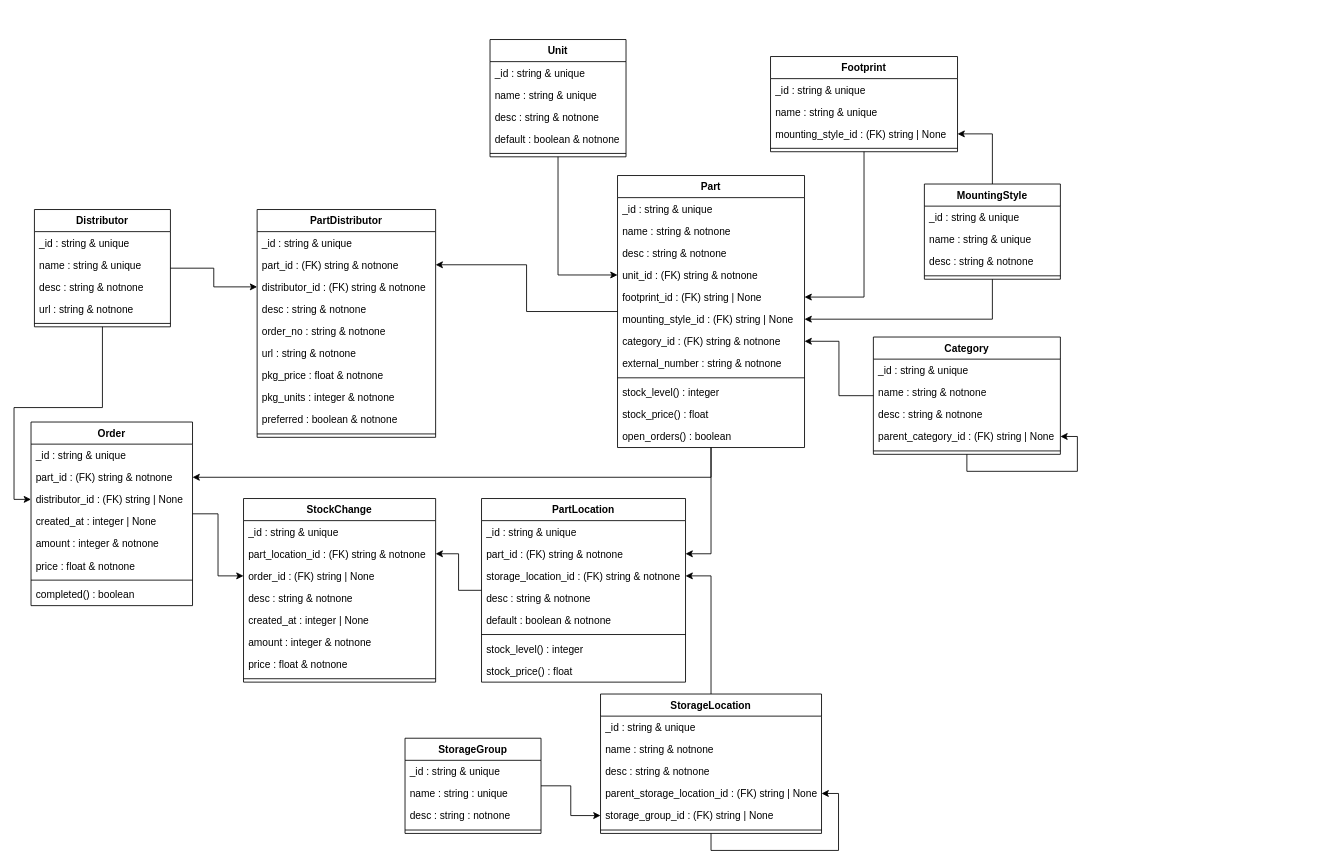
This is docs/elements-classes.drawio from nils-ost/Inventory4Parts, a draw.io file, before an edit. Source tidied: cells renumbered, new cells numbered last; positions are measured from the earlier drawing's top-left corner, leaving out a move shared by most shapes. Both pictures are drawn from the tidied source at 85%, with x=0, y=0 at pixel (31, 39).
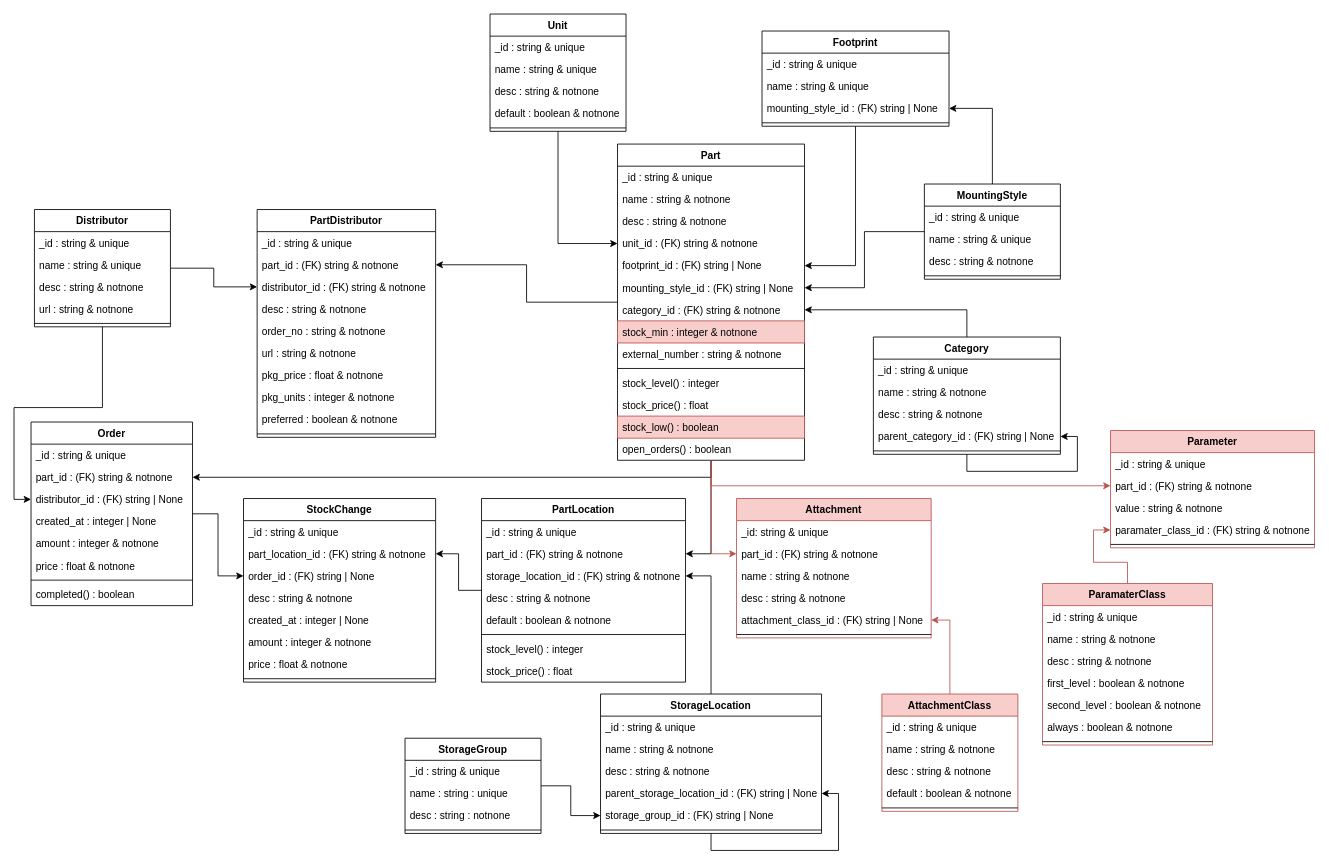
The same diagram, later.

Diff of the diagram source:
```diff
@@
     <mxCell id="10" value="Footprint" style="swimlane;fontStyle=1;align=center;verticalAlign=top;horizontal=1;startSize=26;" parent="1" vertex="1">
-      <mxGeometry x="870" y="20" width="220" height="112" as="geometry" />
+      <mxGeometry x="860" y="-10" width="220" height="112" as="geometry" />
     </mxCell>
@@
     <mxCell id="24" value="Unit" style="swimlane;fontStyle=1;align=center;verticalAlign=top;horizontal=1;startSize=26;" parent="1" vertex="1">
-      <mxGeometry x="540" width="160" height="138" as="geometry" />
+      <mxGeometry x="540" y="-30" width="160" height="138" as="geometry" />
     </mxCell>
@@
     <mxCell id="33" value="Part" style="swimlane;fontStyle=1;align=center;verticalAlign=top;horizontal=1;startSize=26;" parent="1" vertex="1">
-      <mxGeometry x="690" y="160" width="220" height="320" as="geometry" />
+      <mxGeometry x="690" y="123" width="220" height="372" as="geometry" />
     </mxCell>
@@
+    <mxCell id="109" value="stock_min : integer &amp; notnone" style="text;strokeColor=#b85450;fillColor=#f8cecc;align=left;verticalAlign=top;spacingLeft=4;spacingRight=4;overflow=hidden;" parent="33" vertex="1">
+      <mxGeometry y="208" width="220" height="26" as="geometry" />
+    </mxCell>
     <mxCell id="41" value="external_number : string &amp; notnone" style="text;strokeColor=none;fillColor=none;align=left;verticalAlign=top;spacingLeft=4;spacingRight=4;overflow=hidden;" parent="33" vertex="1">
-      <mxGeometry y="208" width="220" height="26" as="geometry" />
+      <mxGeometry y="234" width="220" height="26" as="geometry" />
     </mxCell>
     <mxCell id="42" style="line;strokeWidth=1;fillColor=none;align=left;verticalAlign=middle;spacingTop=-1;spacingLeft=3;spacingRight=3;labelPosition=right;" parent="33" vertex="1">
-      <mxGeometry y="234" width="220" height="8" as="geometry" />
+      <mxGeometry y="260" width="220" height="8" as="geometry" />
     </mxCell>
     <mxCell id="43" value="stock_level() : integer" style="text;align=left;verticalAlign=top;spacingLeft=4;spacingRight=4;overflow=hidden;" parent="33" vertex="1">
-      <mxGeometry y="242" width="220" height="26" as="geometry" />
+      <mxGeometry y="268" width="220" height="26" as="geometry" />
     </mxCell>
+    <mxCell id="110" value="stock_price() : float" style="text;align=left;verticalAlign=top;spacingLeft=4;spacingRight=4;overflow=hidden;" parent="33" vertex="1">
+      <mxGeometry y="294" width="220" height="26" as="geometry" />
+    </mxCell>
-    <mxCell id="44" value="stock_price() : float" style="text;align=left;verticalAlign=top;spacingLeft=4;spacingRight=4;overflow=hidden;" parent="33" vertex="1">
-      <mxGeometry y="268" width="220" height="26" as="geometry" />
+    <mxCell id="44" value="stock_low() : boolean" style="text;align=left;verticalAlign=top;spacingLeft=4;spacingRight=4;overflow=hidden;fillColor=#f8cecc;strokeColor=#b85450;" parent="33" vertex="1">
+      <mxGeometry y="320" width="220" height="26" as="geometry" />
     </mxCell>
     <mxCell id="45" value="open_orders() : boolean" style="text;align=left;verticalAlign=top;spacingLeft=4;spacingRight=4;overflow=hidden;" parent="33" vertex="1">
-      <mxGeometry y="294" width="220" height="26" as="geometry" />
+      <mxGeometry y="346" width="220" height="26" as="geometry" />
     </mxCell>
@@
+    <mxCell id="111" value="Attachment" style="swimlane;fontStyle=1;align=center;verticalAlign=top;horizontal=1;startSize=26;fillColor=#f8cecc;strokeColor=#b85450;" parent="1" vertex="1">
+      <mxGeometry x="830" y="540" width="229" height="164" as="geometry" />
+    </mxCell>
+    <mxCell id="112" value="_id: string &amp; unique" style="text;strokeColor=none;fillColor=none;align=left;verticalAlign=top;spacingLeft=4;spacingRight=4;overflow=hidden;" parent="111" vertex="1">
+      <mxGeometry y="26" width="229" height="26" as="geometry" />
+    </mxCell>
+    <mxCell id="113" value="part_id : (FK) string &amp; notnone" style="text;strokeColor=none;fillColor=none;align=left;verticalAlign=top;spacingLeft=4;spacingRight=4;overflow=hidden;points=[[0,0.5],[1,0.5]];portConstraint=eastwest;" parent="111" vertex="1">
+      <mxGeometry y="52" width="229" height="26" as="geometry" />
+    </mxCell>
+    <mxCell id="114" value="name : string &amp; notnone" style="text;strokeColor=none;fillColor=none;align=left;verticalAlign=top;spacingLeft=4;spacingRight=4;overflow=hidden;" parent="111" vertex="1">
+      <mxGeometry y="78" width="229" height="26" as="geometry" />
+    </mxCell>
+    <mxCell id="115" value="desc : string &amp; notnone" style="text;strokeColor=none;fillColor=none;align=left;verticalAlign=top;spacingLeft=4;spacingRight=4;overflow=hidden;" parent="111" vertex="1">
+      <mxGeometry y="104" width="229" height="26" as="geometry" />
+    </mxCell>
+    <mxCell id="116" value="attachment_class_id : (FK) string | None" style="text;strokeColor=none;fillColor=none;align=left;verticalAlign=top;spacingLeft=4;spacingRight=4;overflow=hidden;points=[[0,0.5],[1,0.5]];portConstraint=eastwest;" parent="111" vertex="1">
+      <mxGeometry y="130" width="229" height="26" as="geometry" />
+    </mxCell>
+    <mxCell id="117" style="line;strokeWidth=1;fillColor=none;align=left;verticalAlign=middle;spacingTop=-1;spacingLeft=3;spacingRight=3;labelPosition=right;" parent="111" vertex="1">
+      <mxGeometry y="156" width="229" height="8" as="geometry" />
+    </mxCell>
+    <mxCell id="118" style="edgeStyle=orthogonalEdgeStyle;rounded=0;jettySize=auto;html=1;fillColor=#f8cecc;strokeColor=#b85450;" parent="1" edge="1" source="119" target="116">
+      <mxGeometry relative="1" as="geometry" />
+    </mxCell>
+    <mxCell id="119" value="AttachmentClass" style="swimlane;fontStyle=1;align=center;verticalAlign=top;horizontal=1;startSize=26;fillColor=#f8cecc;strokeColor=#b85450;" parent="1" vertex="1">
+      <mxGeometry x="1001" y="770" width="160" height="138" as="geometry" />
+    </mxCell>
+    <mxCell id="120" value="_id : string &amp; unique" style="text;strokeColor=none;fillColor=none;align=left;verticalAlign=top;spacingLeft=4;spacingRight=4;overflow=hidden;" parent="119" vertex="1">
+      <mxGeometry y="26" width="160" height="26" as="geometry" />
+    </mxCell>
+    <mxCell id="121" value="name : string &amp; notnone" style="text;strokeColor=none;fillColor=none;align=left;verticalAlign=top;spacingLeft=4;spacingRight=4;overflow=hidden;" parent="119" vertex="1">
+      <mxGeometry y="52" width="160" height="26" as="geometry" />
+    </mxCell>
+    <mxCell id="122" value="desc : string &amp; notnone" style="text;strokeColor=none;fillColor=none;align=left;verticalAlign=top;spacingLeft=4;spacingRight=4;overflow=hidden;" parent="119" vertex="1">
+      <mxGeometry y="78" width="160" height="26" as="geometry" />
+    </mxCell>
+    <mxCell id="123" value="default : boolean &amp; notnone" style="text;strokeColor=none;fillColor=none;align=left;verticalAlign=top;spacingLeft=4;spacingRight=4;overflow=hidden;" parent="119" vertex="1">
+      <mxGeometry y="104" width="160" height="26" as="geometry" />
+    </mxCell>
+    <mxCell id="124" style="line;strokeWidth=1;fillColor=none;align=left;verticalAlign=middle;spacingTop=-1;spacingLeft=3;spacingRight=3;labelPosition=right;" parent="119" vertex="1">
+      <mxGeometry y="130" width="160" height="8" as="geometry" />
+    </mxCell>
+    <mxCell id="125" style="edgeStyle=orthogonalEdgeStyle;rounded=0;jettySize=auto;html=1;fillColor=#f8cecc;strokeColor=#b85450;" parent="1" edge="1" source="33" target="113">
+      <mxGeometry relative="1" as="geometry" />
+    </mxCell>
+    <mxCell id="126" value="Parameter" style="swimlane;fontStyle=1;align=center;verticalAlign=top;horizontal=1;startSize=26;fillColor=#f8cecc;strokeColor=#b85450;" parent="1" vertex="1">
+      <mxGeometry x="1270" y="460" width="240" height="138" as="geometry" />
+    </mxCell>
+    <mxCell id="127" value="_id : string &amp; unique" style="text;strokeColor=none;fillColor=none;align=left;verticalAlign=top;spacingLeft=4;spacingRight=4;overflow=hidden;" parent="126" vertex="1">
+      <mxGeometry y="26" width="240" height="26" as="geometry" />
+    </mxCell>
+    <mxCell id="128" value="part_id : (FK) string &amp; notnone" style="text;strokeColor=none;fillColor=none;align=left;verticalAlign=top;spacingLeft=4;spacingRight=4;overflow=hidden;points=[[0,0.5],[1,0.5]];portConstraint=eastwest;" parent="126" vertex="1">
+      <mxGeometry y="52" width="240" height="26" as="geometry" />
+    </mxCell>
+    <mxCell id="129" value="value : string &amp; notnone" style="text;strokeColor=none;fillColor=none;align=left;verticalAlign=top;spacingLeft=4;spacingRight=4;overflow=hidden;" parent="126" vertex="1">
+      <mxGeometry y="78" width="240" height="26" as="geometry" />
+    </mxCell>
+    <mxCell id="130" value="paramater_class_id : (FK) string &amp; notnone" style="text;strokeColor=none;fillColor=none;align=left;verticalAlign=top;spacingLeft=4;spacingRight=4;overflow=hidden;points=[[0,0.5],[1,0.5]];portConstraint=eastwest;" parent="126" vertex="1">
+      <mxGeometry y="104" width="240" height="26" as="geometry" />
+    </mxCell>
+    <mxCell id="131" style="line;strokeWidth=1;fillColor=none;align=left;verticalAlign=middle;spacingTop=-1;spacingLeft=3;spacingRight=3;labelPosition=right;" parent="126" vertex="1">
+      <mxGeometry y="130" width="240" height="8" as="geometry" />
+    </mxCell>
+    <mxCell id="132" style="edgeStyle=orthogonalEdgeStyle;rounded=0;jettySize=auto;html=1;fillColor=#f8cecc;strokeColor=#b85450;" parent="1" edge="1" source="133" target="130">
+      <mxGeometry relative="1" as="geometry" />
+    </mxCell>
+    <mxCell id="133" value="ParamaterClass" style="swimlane;fontStyle=1;align=center;verticalAlign=top;horizontal=1;startSize=26;fillColor=#f8cecc;strokeColor=#b85450;" parent="1" vertex="1">
+      <mxGeometry x="1190" y="640" width="200" height="190" as="geometry" />
+    </mxCell>
+    <mxCell id="134" value="_id : string &amp; unique" style="text;strokeColor=none;fillColor=none;align=left;verticalAlign=top;spacingLeft=4;spacingRight=4;overflow=hidden;" parent="133" vertex="1">
+      <mxGeometry y="26" width="200" height="26" as="geometry" />
+    </mxCell>
+    <mxCell id="135" value="name : string &amp; notnone" style="text;strokeColor=none;fillColor=none;align=left;verticalAlign=top;spacingLeft=4;spacingRight=4;overflow=hidden;" parent="133" vertex="1">
+      <mxGeometry y="52" width="200" height="26" as="geometry" />
+    </mxCell>
+    <mxCell id="136" value="desc : string &amp; notnone" style="text;strokeColor=none;fillColor=none;align=left;verticalAlign=top;spacingLeft=4;spacingRight=4;overflow=hidden;" parent="133" vertex="1">
+      <mxGeometry y="78" width="200" height="26" as="geometry" />
+    </mxCell>
+    <mxCell id="137" value="first_level : boolean &amp; notnone" style="text;strokeColor=none;fillColor=none;align=left;verticalAlign=top;spacingLeft=4;spacingRight=4;overflow=hidden;" parent="133" vertex="1">
+      <mxGeometry y="104" width="200" height="26" as="geometry" />
+    </mxCell>
+    <mxCell id="138" value="second_level : boolean &amp; notnone" style="text;strokeColor=none;fillColor=none;align=left;verticalAlign=top;spacingLeft=4;spacingRight=4;overflow=hidden;" parent="133" vertex="1">
+      <mxGeometry y="130" width="200" height="26" as="geometry" />
+    </mxCell>
+    <mxCell id="139" value="always : boolean &amp; notnone" style="text;strokeColor=none;fillColor=none;align=left;verticalAlign=top;spacingLeft=4;spacingRight=4;overflow=hidden;" parent="133" vertex="1">
+      <mxGeometry y="156" width="200" height="26" as="geometry" />
+    </mxCell>
+    <mxCell id="140" style="line;strokeWidth=1;fillColor=none;align=left;verticalAlign=middle;spacingTop=-1;spacingLeft=3;spacingRight=3;labelPosition=right;" parent="133" vertex="1">
+      <mxGeometry y="182" width="200" height="8" as="geometry" />
+    </mxCell>
+    <mxCell id="141" style="edgeStyle=orthogonalEdgeStyle;rounded=0;jettySize=auto;html=1;fillColor=#f8cecc;strokeColor=#b85450;" parent="1" edge="1" source="33" target="128">
+      <mxGeometry relative="1" as="geometry" />
+    </mxCell>
```
